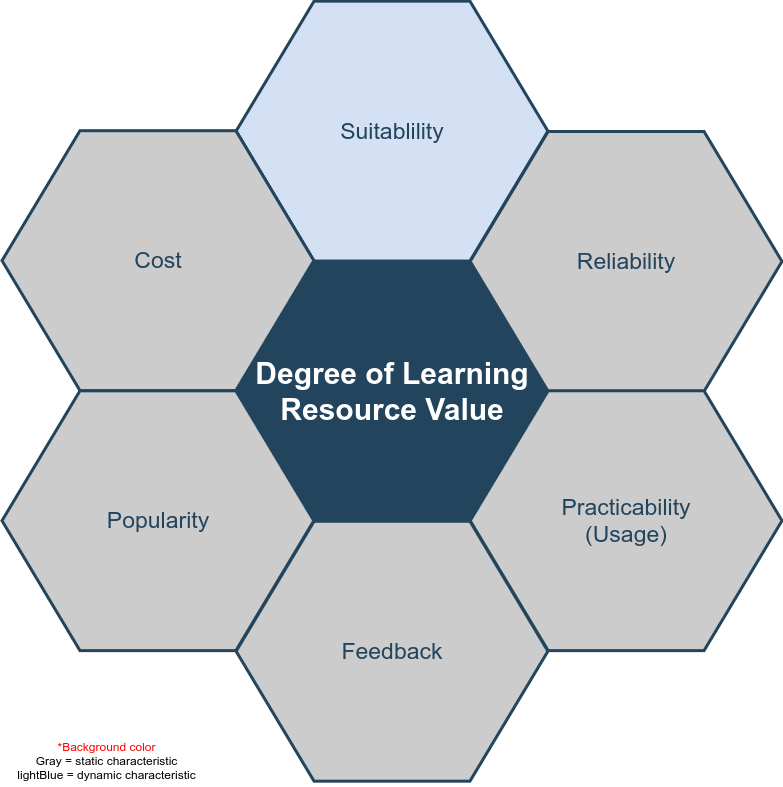
This is assets/DLRV 5 attributes.png from devilyouwei/MU-thesis, a draw.io export, as it was before one commit. Source tidied: cells renumbered, new cells last; positions are measured from the earlier drawing's top-left corner, leaving out a move shared by most shapes. Source of this version:
```xml
<mxGraphModel background="#ffffff">
  <root>
    <mxCell id="0" />
    <mxCell id="1" parent="0" />
    <mxCell id="2" value="&lt;font color=&quot;#ffffff&quot;&gt;&lt;span style=&quot;font-size: 30px&quot;&gt;&lt;b&gt;Degree of Learning Resource Value&lt;/b&gt;&lt;/span&gt;&lt;/font&gt;" style="shape=hexagon;perimeter=hexagonPerimeter2;whiteSpace=wrap;html=1;shadow=0;labelBackgroundColor=none;strokeColor=#23445D;fillColor=#23445D;gradientColor=none;fontFamily=Helvetica;fontSize=23;fontColor=#23445d;align=center;strokeWidth=3;" parent="1" vertex="1">
      <mxGeometry x="234.6" y="259.8" width="311.8" height="259.9" as="geometry" />
    </mxCell>
    <mxCell id="3" style="triangle;whiteSpace=wrap;html=1;shadow=0;labelBackgroundColor=none;strokeColor=none;fillColor=#FFFFFF;fontFamily=Helvetica;fontSize=17;fontColor=#23445d;align=center;rotation=90;gradientColor=none;flipV=1;flipH=1;opacity=20;" parent="1" vertex="1">
      <mxGeometry x="115.5" y="277.7" width="72" height="152" as="geometry" />
    </mxCell>
    <mxCell id="4" value="Suitablility" style="shape=hexagon;perimeter=hexagonPerimeter2;whiteSpace=wrap;html=1;shadow=0;labelBackgroundColor=none;strokeColor=#23445D;fillColor=#D4E1F5;gradientColor=none;fontFamily=Helvetica;fontSize=23;fontColor=#23445D;align=center;strokeWidth=3;" parent="1" vertex="1">
      <mxGeometry x="234.6" y="-0.3" width="311.8" height="259.9" as="geometry" />
    </mxCell>
    <mxCell id="5" value="&lt;font style=&quot;font-size: 23px&quot;&gt;&lt;span id=&quot;docs-internal-guid-7c53ccf6-7fff-72df-3d5f-6ad1b018f0e9&quot;&gt;&lt;span style=&quot;font-family: &amp;#34;arial&amp;#34; ; background-color: transparent ; vertical-align: baseline&quot;&gt;Reliability&lt;/span&gt;&lt;/span&gt;&lt;/font&gt;" style="shape=hexagon;perimeter=hexagonPerimeter2;whiteSpace=wrap;html=1;shadow=0;labelBackgroundColor=none;strokeColor=#23445D;fillColor=#CCCCCC;gradientColor=none;fontFamily=Helvetica;fontSize=23;fontColor=#23445d;align=center;strokeWidth=3;" parent="1" vertex="1">
      <mxGeometry x="468.7" y="130" width="311.8" height="259.9" as="geometry" />
    </mxCell>
    <mxCell id="6" value="&lt;font style=&quot;font-size: 23px&quot;&gt;Practicability&lt;br&gt;(Usage)&lt;br&gt;&lt;/font&gt;" style="shape=hexagon;perimeter=hexagonPerimeter2;whiteSpace=wrap;html=1;shadow=0;labelBackgroundColor=none;strokeColor=#23445D;fillColor=#CCCCCC;gradientColor=none;fontFamily=Helvetica;fontSize=23;fontColor=#23445d;align=center;strokeWidth=3;" parent="1" vertex="1">
      <mxGeometry x="468.7" y="389.3" width="311.8" height="259.9" as="geometry" />
    </mxCell>
    <mxCell id="7" value="&lt;font style=&quot;font-size: 23px&quot;&gt;Feedback&lt;br&gt;&lt;/font&gt;" style="shape=hexagon;perimeter=hexagonPerimeter2;whiteSpace=wrap;html=1;shadow=0;labelBackgroundColor=none;strokeColor=#23445D;fillColor=#CCCCCC;gradientColor=none;fontFamily=Helvetica;fontSize=23;fontColor=#23445d;align=center;strokeWidth=3;" parent="1" vertex="1">
      <mxGeometry x="234.6" y="519.8" width="311.8" height="259.9" as="geometry" />
    </mxCell>
    <mxCell id="8" value="&lt;font style=&quot;font-size: 23px&quot;&gt;Popularity&lt;/font&gt;" style="shape=hexagon;perimeter=hexagonPerimeter2;whiteSpace=wrap;html=1;shadow=0;labelBackgroundColor=none;strokeColor=#23445D;fillColor=#CCCCCC;gradientColor=none;fontFamily=Helvetica;fontSize=23;fontColor=#23445d;align=center;strokeWidth=3;" parent="1" vertex="1">
      <mxGeometry x="0.5" y="389.3" width="311.8" height="259.9" as="geometry" />
    </mxCell>
    <mxCell id="9" value="Cost" style="shape=hexagon;perimeter=hexagonPerimeter2;whiteSpace=wrap;html=1;shadow=0;labelBackgroundColor=none;strokeColor=#23445D;fillColor=#CCCCCC;gradientColor=none;fontFamily=Helvetica;fontSize=23;fontColor=#23445D;align=center;strokeWidth=3;" parent="1" vertex="1">
      <mxGeometry x="0.5" y="129.2" width="311.8" height="259.9" as="geometry" />
    </mxCell>
    <mxCell id="10" value="&lt;font color=&quot;#ff0000&quot;&gt;*Background color&lt;br&gt;&lt;/font&gt;Gray = static characteristic&lt;br&gt;lightBlue = dynamic characteristic" style="text;html=1;align=center;verticalAlign=middle;" parent="1" vertex="1">
      <mxGeometry x="10" y="734" width="190" height="50" as="geometry" />
    </mxCell>
  </root>
</mxGraphModel>
```
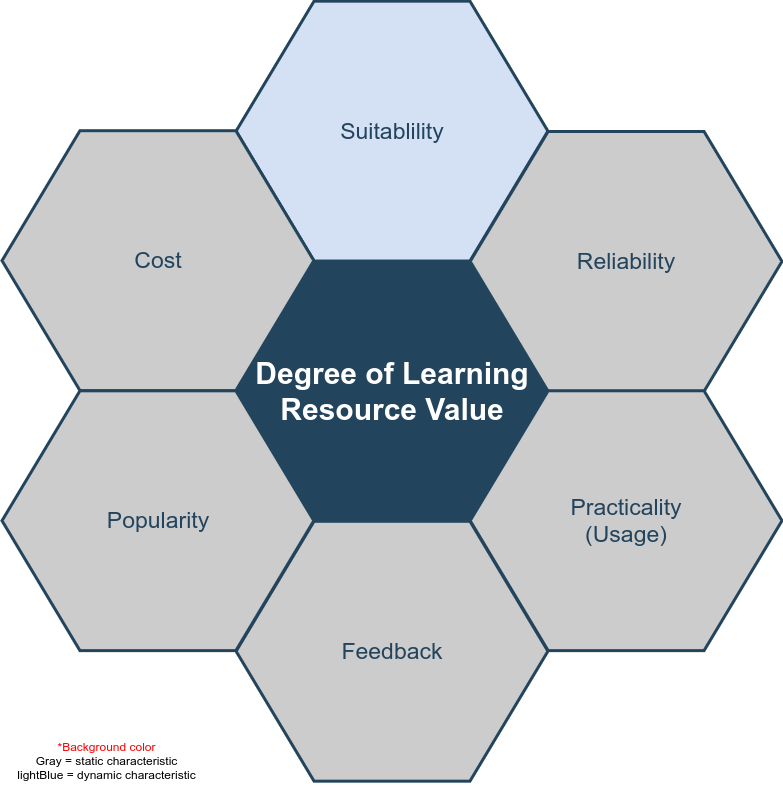
The same diagram one commit later.

What changed in the source:
```diff
@@ -14,7 +14,7 @@
     <mxCell id="5" value="&lt;font style=&quot;font-size: 23px&quot;&gt;&lt;span id=&quot;docs-internal-guid-7c53ccf6-7fff-72df-3d5f-6ad1b018f0e9&quot;&gt;&lt;span style=&quot;font-family: &amp;#34;arial&amp;#34; ; background-color: transparent ; vertical-align: baseline&quot;&gt;Reliability&lt;/span&gt;&lt;/span&gt;&lt;/font&gt;" style="shape=hexagon;perimeter=hexagonPerimeter2;whiteSpace=wrap;html=1;shadow=0;labelBackgroundColor=none;strokeColor=#23445D;fillColor=#CCCCCC;gradientColor=none;fontFamily=Helvetica;fontSize=23;fontColor=#23445d;align=center;strokeWidth=3;" parent="1" vertex="1">
       <mxGeometry x="468.7" y="130" width="311.8" height="259.9" as="geometry" />
     </mxCell>
-    <mxCell id="6" value="&lt;font style=&quot;font-size: 23px&quot;&gt;Practicability&lt;br&gt;(Usage)&lt;br&gt;&lt;/font&gt;" style="shape=hexagon;perimeter=hexagonPerimeter2;whiteSpace=wrap;html=1;shadow=0;labelBackgroundColor=none;strokeColor=#23445D;fillColor=#CCCCCC;gradientColor=none;fontFamily=Helvetica;fontSize=23;fontColor=#23445d;align=center;strokeWidth=3;" parent="1" vertex="1">
+    <mxCell id="6" value="&lt;font style=&quot;font-size: 23px&quot;&gt;Practicality&lt;br&gt;(Usage)&lt;br&gt;&lt;/font&gt;" style="shape=hexagon;perimeter=hexagonPerimeter2;whiteSpace=wrap;html=1;shadow=0;labelBackgroundColor=none;strokeColor=#23445D;fillColor=#CCCCCC;gradientColor=none;fontFamily=Helvetica;fontSize=23;fontColor=#23445d;align=center;strokeWidth=3;" parent="1" vertex="1">
       <mxGeometry x="468.7" y="389.3" width="311.8" height="259.9" as="geometry" />
     </mxCell>
     <mxCell id="7" value="&lt;font style=&quot;font-size: 23px&quot;&gt;Feedback&lt;br&gt;&lt;/font&gt;" style="shape=hexagon;perimeter=hexagonPerimeter2;whiteSpace=wrap;html=1;shadow=0;labelBackgroundColor=none;strokeColor=#23445D;fillColor=#CCCCCC;gradientColor=none;fontFamily=Helvetica;fontSize=23;fontColor=#23445d;align=center;strokeWidth=3;" parent="1" vertex="1">
```
